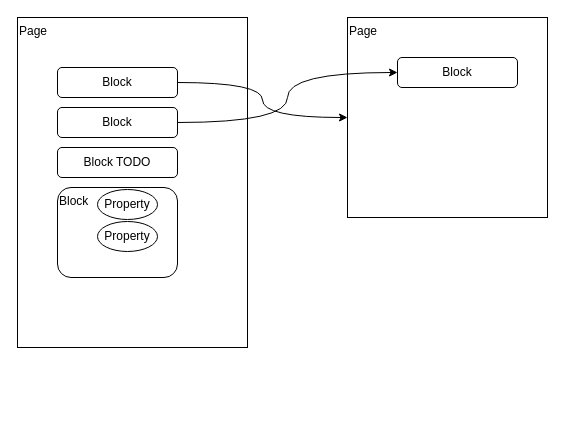
Before: logseq数据结构.drawio in catface996/images, a draw.io diagram. Source tidied: cells renumbered, new cells numbered last; positions are measured from the earlier drawing's top-left corner, leaving out a move shared by most shapes. Both pictures are drawn from the tidied source at 100%, with x=0, y=0 at pixel (17, 17).
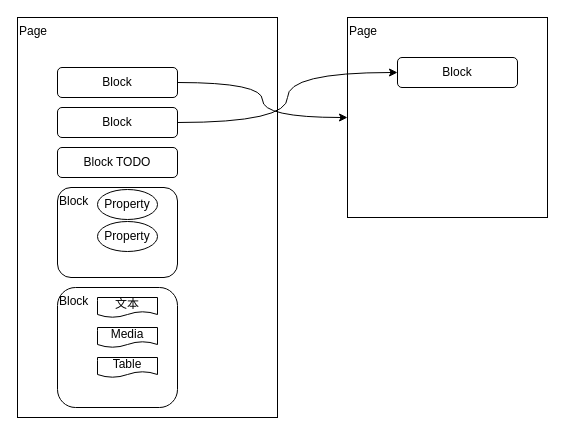
Above is the later version.

Commit message (it also covers changes not shown here):
更新logseq数据结构.drawio

What changed in the source:
```diff
@@
 <mxGraphModel>
   <root>
     <mxCell id="0" />
     <mxCell id="1" parent="0" />
     <mxCell id="2" value="Page" style="rounded=0;whiteSpace=wrap;html=1;verticalAlign=top;align=left;" parent="1" vertex="1">
-      <mxGeometry width="230" height="330" as="geometry" />
+      <mxGeometry width="260" height="400" as="geometry" />
     </mxCell>
     <mxCell id="3" value="Page&lt;br&gt;" style="whiteSpace=wrap;html=1;verticalAlign=top;align=left;" parent="1" vertex="1">
       <mxGeometry x="330" width="200" height="200" as="geometry" />
     </mxCell>
     <mxCell id="4" style="edgeStyle=orthogonalEdgeStyle;rounded=0;jettySize=auto;html=1;entryX=0;entryY=0.5;entryDx=0;entryDy=0;curved=1;" parent="1" edge="1" source="5" target="3">
       <mxGeometry relative="1" as="geometry" />
     </mxCell>
     <mxCell id="5" value="Block" style="rounded=1;whiteSpace=wrap;html=1;" parent="1" vertex="1">
       <mxGeometry x="40" y="50" width="120" height="30" as="geometry" />
     </mxCell>
     <mxCell id="6" style="edgeStyle=orthogonalEdgeStyle;rounded=0;jettySize=auto;html=1;entryX=0;entryY=0.5;entryDx=0;entryDy=0;curved=1;" parent="1" edge="1" source="7" target="9">
       <mxGeometry relative="1" as="geometry" />
     </mxCell>
     <mxCell id="7" value="Block" style="rounded=1;whiteSpace=wrap;html=1;" parent="1" vertex="1">
       <mxGeometry x="40" y="90" width="120" height="30" as="geometry" />
     </mxCell>
     <mxCell id="8" value="Block TODO" style="rounded=1;whiteSpace=wrap;html=1;" parent="1" vertex="1">
       <mxGeometry x="40" y="130" width="120" height="30" as="geometry" />
     </mxCell>
     <mxCell id="9" value="Block" style="rounded=1;whiteSpace=wrap;html=1;" parent="1" vertex="1">
       <mxGeometry x="380" y="40" width="120" height="30" as="geometry" />
     </mxCell>
     <mxCell id="10" value="Block" style="rounded=1;whiteSpace=wrap;html=1;align=left;verticalAlign=top;" parent="1" vertex="1">
       <mxGeometry x="40" y="170" width="120" height="90" as="geometry" />
     </mxCell>
     <mxCell id="11" value="Property" style="ellipse;whiteSpace=wrap;html=1;" parent="1" vertex="1">
       <mxGeometry x="80" y="172" width="60" height="30" as="geometry" />
     </mxCell>
     <mxCell id="12" value="Property" style="ellipse;whiteSpace=wrap;html=1;" parent="1" vertex="1">
       <mxGeometry x="80" y="204" width="60" height="30" as="geometry" />
     </mxCell>
+    <mxCell id="13" value="Block" style="rounded=1;whiteSpace=wrap;html=1;verticalAlign=top;align=left;" parent="1" vertex="1">
+      <mxGeometry x="40" y="270" width="120" height="120" as="geometry" />
+    </mxCell>
+    <mxCell id="14" value="文本" style="shape=document;whiteSpace=wrap;html=1;boundedLbl=1;" parent="1" vertex="1">
+      <mxGeometry x="80" y="280" width="60" height="20" as="geometry" />
+    </mxCell>
+    <mxCell id="15" value="Media" style="shape=document;whiteSpace=wrap;html=1;boundedLbl=1;" parent="1" vertex="1">
+      <mxGeometry x="80" y="310" width="60" height="20" as="geometry" />
+    </mxCell>
+    <mxCell id="16" value="Table" style="shape=document;whiteSpace=wrap;html=1;boundedLbl=1;" parent="1" vertex="1">
+      <mxGeometry x="80" y="340" width="60" height="20" as="geometry" />
+    </mxCell>
   </root>
 </mxGraphModel>
```
